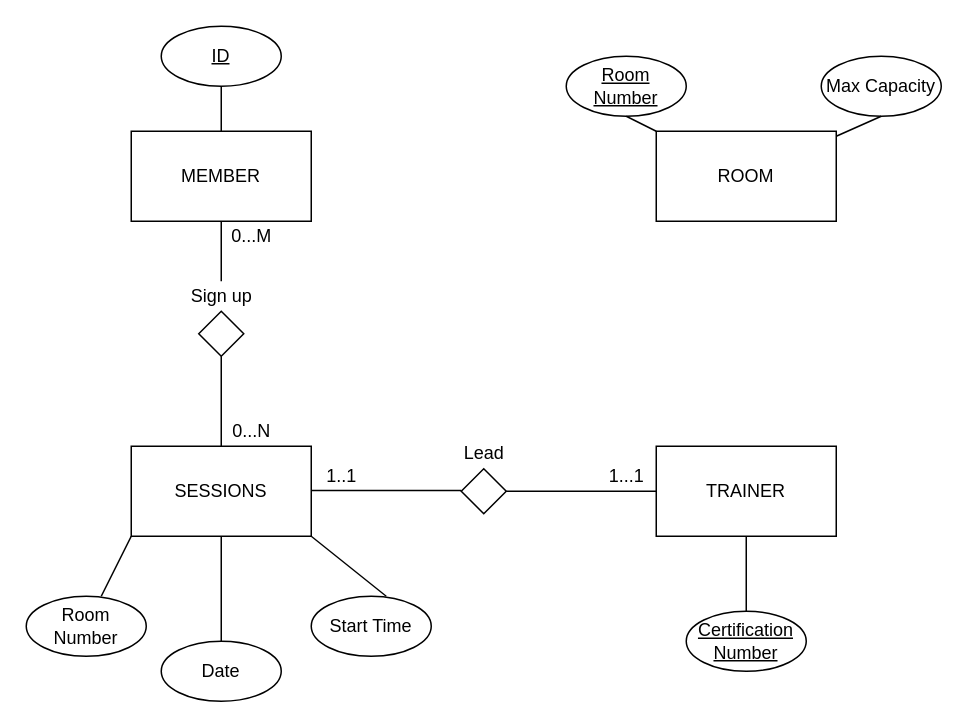
The draw.io diagram Untitled Diagram.drawio in Pranay-12/IST210Workshop, before the edit. Source tidied: cells renumbered, new cells numbered last; positions are measured from the earlier drawing's top-left corner, leaving out a move shared by most shapes. Both pictures are drawn from the tidied source at 150%, with x=0, y=0 at pixel (26, 26).
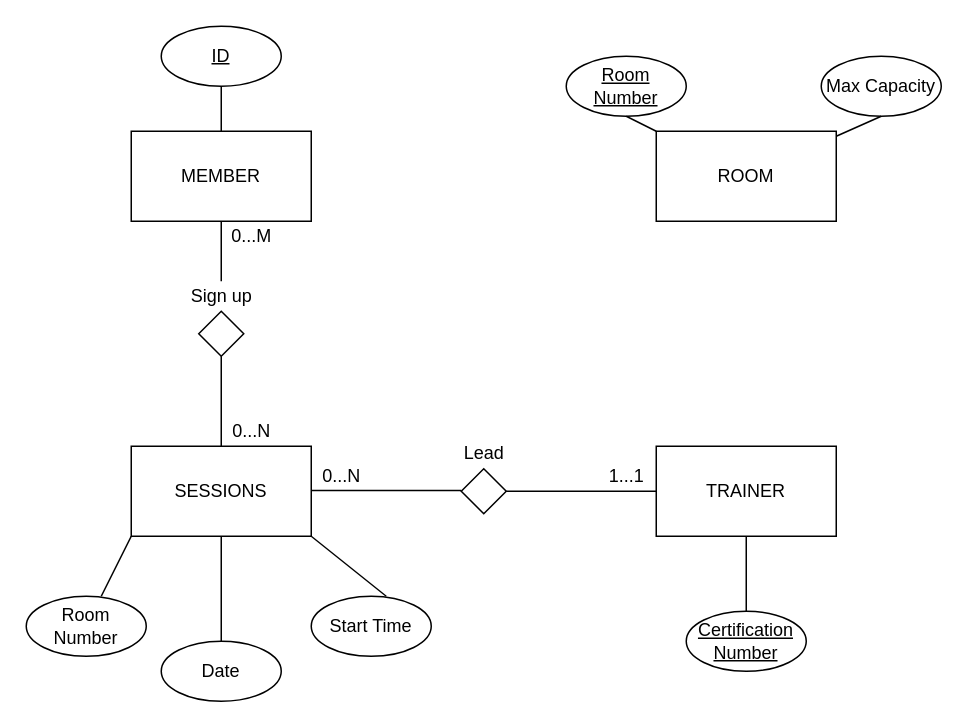
The same diagram, later.

Change to the diagram source:
```diff
@@
-    <mxCell id="31" value="1..1" style="text;html=1;align=center;verticalAlign=middle;" parent="1" vertex="1">
+    <mxCell id="31" value="0...N" style="text;html=1;align=center;verticalAlign=middle;" parent="1" vertex="1">
       <mxGeometry x="190" y="290" width="40" height="20" as="geometry" />
     </mxCell>
```
